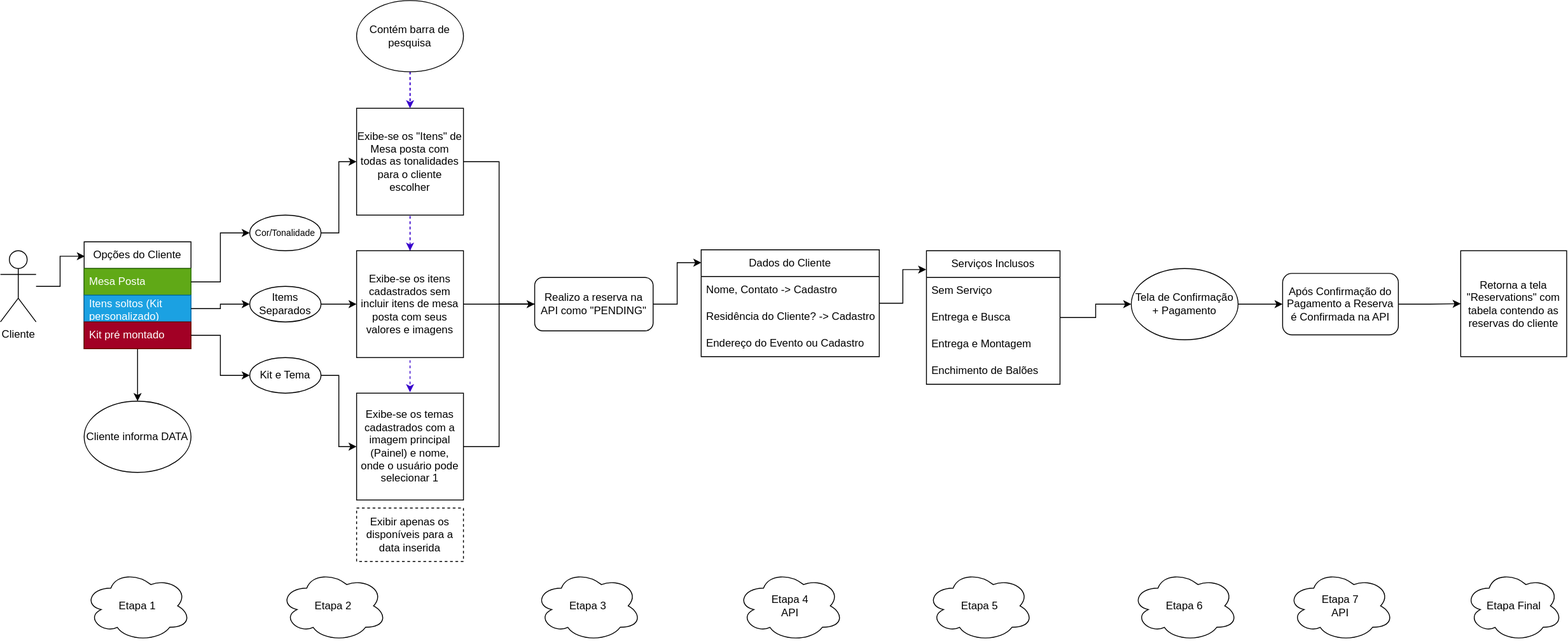
This is diagrams/reserve-flux.svg from Zidan-09/simone-festas-application, a draw.io export, as it was before one commit. Source tidied: cells renumbered, new cells last; positions are measured from the earlier drawing's top-left corner, leaving out a move shared by most shapes.
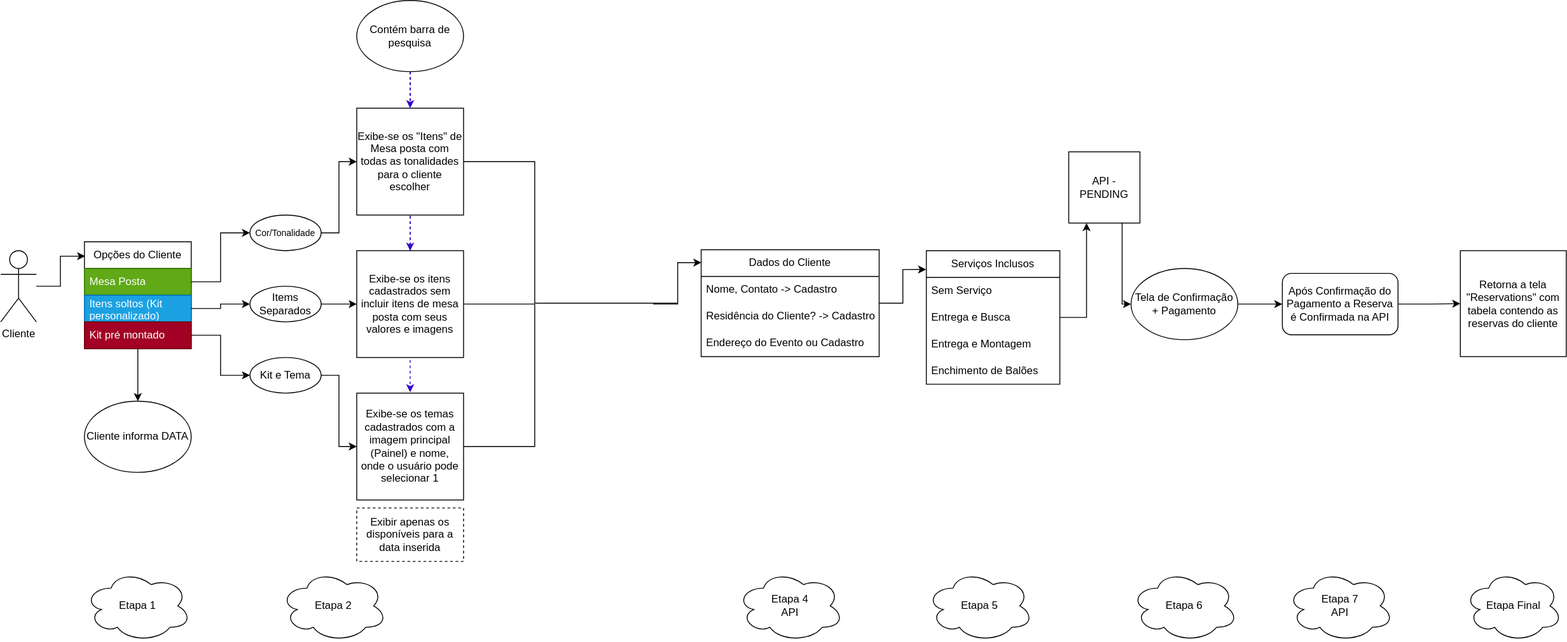
After the change.

Commit message:
feat(reservation): update Reserve component with new selection logic and styles

What changed in the source:
```diff
@@ -58,20 +58,30 @@
         <mxPoint x="460" y="440" as="targetPoint" />
       </mxGeometry>
     </mxCell>
-    <mxCell id="20" style="edgeStyle=orthogonalEdgeStyle;rounded=0;jettySize=auto;html=1;entryX=0;entryY=0.5;entryDx=0;entryDy=0;" parent="1" edge="1" source="21" target="31">
-      <mxGeometry relative="1" as="geometry" />
+    <mxCell id="20" style="edgeStyle=orthogonalEdgeStyle;rounded=0;jettySize=auto;html=1;endArrow=none;endFill=0;" parent="1" edge="1" source="21">
+      <mxGeometry relative="1" as="geometry">
+        <mxPoint x="760" y="340" as="targetPoint" />
+        <Array as="points">
+          <mxPoint x="600" y="181" />
+          <mxPoint x="600" y="340" />
+        </Array>
+      </mxGeometry>
     </mxCell>
     <mxCell id="21" value="Exibe-se os &quot;Itens&quot; de Mesa posta com todas as tonalidades para o cliente escolher" style="whiteSpace=wrap;html=1;" parent="1" vertex="1">
       <mxGeometry x="400" y="121" width="120" height="120" as="geometry" />
     </mxCell>
-    <mxCell id="22" style="edgeStyle=orthogonalEdgeStyle;rounded=0;jettySize=auto;html=1;endArrow=none;endFill=0;entryX=0;entryY=0.5;entryDx=0;entryDy=0;" parent="1" edge="1" source="23" target="31">
-      <mxGeometry relative="1" as="geometry" />
+    <mxCell id="22" style="edgeStyle=orthogonalEdgeStyle;rounded=0;jettySize=auto;html=1;endArrow=none;endFill=0;entryX=0;entryY=0.5;entryDx=0;entryDy=0;" parent="1" edge="1" source="23">
+      <mxGeometry relative="1" as="geometry">
+        <mxPoint x="600" y="341" as="targetPoint" />
+      </mxGeometry>
     </mxCell>
     <mxCell id="23" value="Exibe-se os itens cadastrados sem incluir itens de mesa posta com seus valores e imagens" style="whiteSpace=wrap;html=1;" parent="1" vertex="1">
       <mxGeometry x="400" y="281" width="120" height="120" as="geometry" />
     </mxCell>
-    <mxCell id="24" style="edgeStyle=orthogonalEdgeStyle;rounded=0;jettySize=auto;html=1;endArrow=none;endFill=0;entryX=0;entryY=0.5;entryDx=0;entryDy=0;" parent="1" edge="1" source="25" target="31">
-      <mxGeometry relative="1" as="geometry" />
+    <mxCell id="24" style="edgeStyle=orthogonalEdgeStyle;rounded=0;jettySize=auto;html=1;endArrow=none;endFill=0;entryX=0;entryY=0.5;entryDx=0;entryDy=0;" parent="1" edge="1" source="25">
+      <mxGeometry relative="1" as="geometry">
+        <mxPoint x="600" y="341" as="targetPoint" />
+      </mxGeometry>
     </mxCell>
     <mxCell id="25" value="Exibe-se os temas cadastrados com a imagem principal (Painel) e nome, onde o usuário pode selecionar 1" style="whiteSpace=wrap;html=1;" parent="1" vertex="1">
       <mxGeometry x="400" y="441" width="120" height="120" as="geometry" />
@@ -88,12 +98,6 @@
     <mxCell id="29" value="Etapa 2" style="ellipse;shape=cloud;whiteSpace=wrap;html=1;" parent="1" vertex="1">
       <mxGeometry x="314" y="640" width="120" height="80" as="geometry" />
     </mxCell>
-    <mxCell id="30" value="Etapa 3" style="ellipse;shape=cloud;whiteSpace=wrap;html=1;" parent="1" vertex="1">
-      <mxGeometry x="600" y="640" width="120" height="80" as="geometry" />
-    </mxCell>
-    <mxCell id="31" value="Realizo a reserva na API como &quot;PENDING&quot;" style="rounded=1;whiteSpace=wrap;html=1;" parent="1" vertex="1">
-      <mxGeometry x="600" y="311" width="133" height="60" as="geometry" />
-    </mxCell>
     <mxCell id="32" value="Dados do Cliente" style="swimlane;fontStyle=0;horizontal=1;startSize=30;whiteSpace=wrap;html=1;" parent="1" vertex="1">
       <mxGeometry x="787" y="280" width="200" height="120" as="geometry" />
     </mxCell>
@@ -109,8 +113,10 @@
     <mxCell id="36" value="Etapa 4&lt;div&gt;API&lt;/div&gt;" style="ellipse;shape=cloud;whiteSpace=wrap;html=1;" parent="1" vertex="1">
       <mxGeometry x="827" y="640" width="120" height="80" as="geometry" />
     </mxCell>
-    <mxCell id="37" style="edgeStyle=orthogonalEdgeStyle;rounded=0;jettySize=auto;html=1;entryX=0.001;entryY=0.12;entryDx=0;entryDy=0;entryPerimeter=0;" parent="1" edge="1" source="31" target="32">
-      <mxGeometry relative="1" as="geometry" />
+    <mxCell id="37" style="edgeStyle=orthogonalEdgeStyle;rounded=0;jettySize=auto;html=1;entryX=0.001;entryY=0.12;entryDx=0;entryDy=0;entryPerimeter=0;" parent="1" edge="1" target="32">
+      <mxGeometry relative="1" as="geometry">
+        <mxPoint x="733" y="341" as="sourcePoint" />
+      </mxGeometry>
     </mxCell>
     <mxCell id="38" style="edgeStyle=orthogonalEdgeStyle;rounded=0;jettySize=auto;html=1;entryX=0;entryY=0.5;entryDx=0;entryDy=0;" parent="1" edge="1" source="39" target="43">
       <mxGeometry relative="1" as="geometry" />
@@ -142,9 +148,9 @@
     <mxCell id="47" value="Cliente informa DATA" style="ellipse;whiteSpace=wrap;html=1;" parent="1" vertex="1">
       <mxGeometry x="94" y="450" width="120" height="80" as="geometry" />
     </mxCell>
-    <mxCell id="48" style="edgeStyle=orthogonalEdgeStyle;rounded=0;jettySize=auto;html=1;entryX=0;entryY=0.5;entryDx=0;entryDy=0;" parent="1" edge="1" source="49" target="39">
-      <mxGeometry relative="1" as="geometry" />
-    </mxCell>
+    <mxCell id="56" style="edgeStyle=orthogonalEdgeStyle;rounded=0;jettySize=auto;html=1;entryX=0.25;entryY=1;entryDx=0;entryDy=0;" parent="1" edge="1" source="49" target="58">
+      <mxGeometry relative="1" as="geometry" />
+    </mxCell>
     <mxCell id="49" value="Serviços Inclusos" style="swimlane;fontStyle=0;horizontal=1;startSize=30;whiteSpace=wrap;html=1;" parent="1" vertex="1">
       <mxGeometry x="1040" y="281" width="150" height="150" as="geometry" />
     </mxCell>
@@ -166,5 +172,15 @@
     <mxCell id="55" value="Exibir apenas os disponíveis para a data inserida" style="rounded=0;whiteSpace=wrap;html=1;dashed=1;" parent="1" vertex="1">
       <mxGeometry x="400" y="570" width="120" height="60" as="geometry" />
     </mxCell>
+    <mxCell id="57" style="edgeStyle=orthogonalEdgeStyle;rounded=0;jettySize=auto;html=1;entryX=0;entryY=0.5;entryDx=0;entryDy=0;" parent="1" edge="1" source="58" target="39">
+      <mxGeometry relative="1" as="geometry">
+        <Array as="points">
+          <mxPoint x="1260" y="341" />
+        </Array>
+      </mxGeometry>
+    </mxCell>
+    <mxCell id="58" value="API - PENDING" style="whiteSpace=wrap;html=1;" parent="1" vertex="1">
+      <mxGeometry x="1200" y="170" width="80" height="80" as="geometry" />
+    </mxCell>
   </root>
 </mxGraphModel>
```
